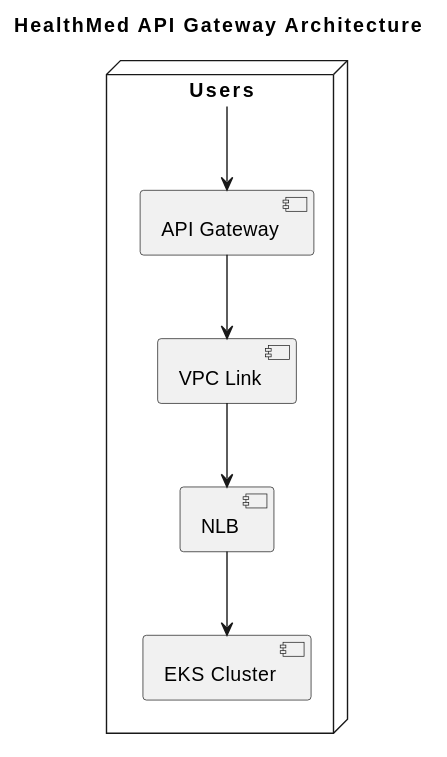
The PlantUML diagram docs/architecture.svg in jfelipearaujo-healthmed/api-gateway-iac, before a commit.
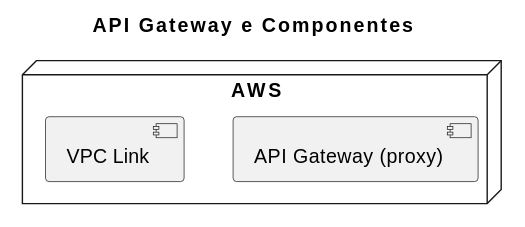
After the change.

Diff of the diagram source:
```diff
@@ -1,15 +1,8 @@
 @startuml
-title "HealthMed API Gateway Architecture"
+title "API Gateway e Componentes"
 
-node "Users" as gateway {
-    component "API Gateway" as api_gateway
+node "AWS" as gateway {
+    component "API Gateway (proxy)" as api_gateway
     component "VPC Link" as vpc_link
-    component "NLB" as nlb
-    component "EKS Cluster" as eks
 }
-
-gateway --> api_gateway
-api_gateway --> vpc_link
-vpc_link --> nlb
-nlb --> eks
 @enduml
```
